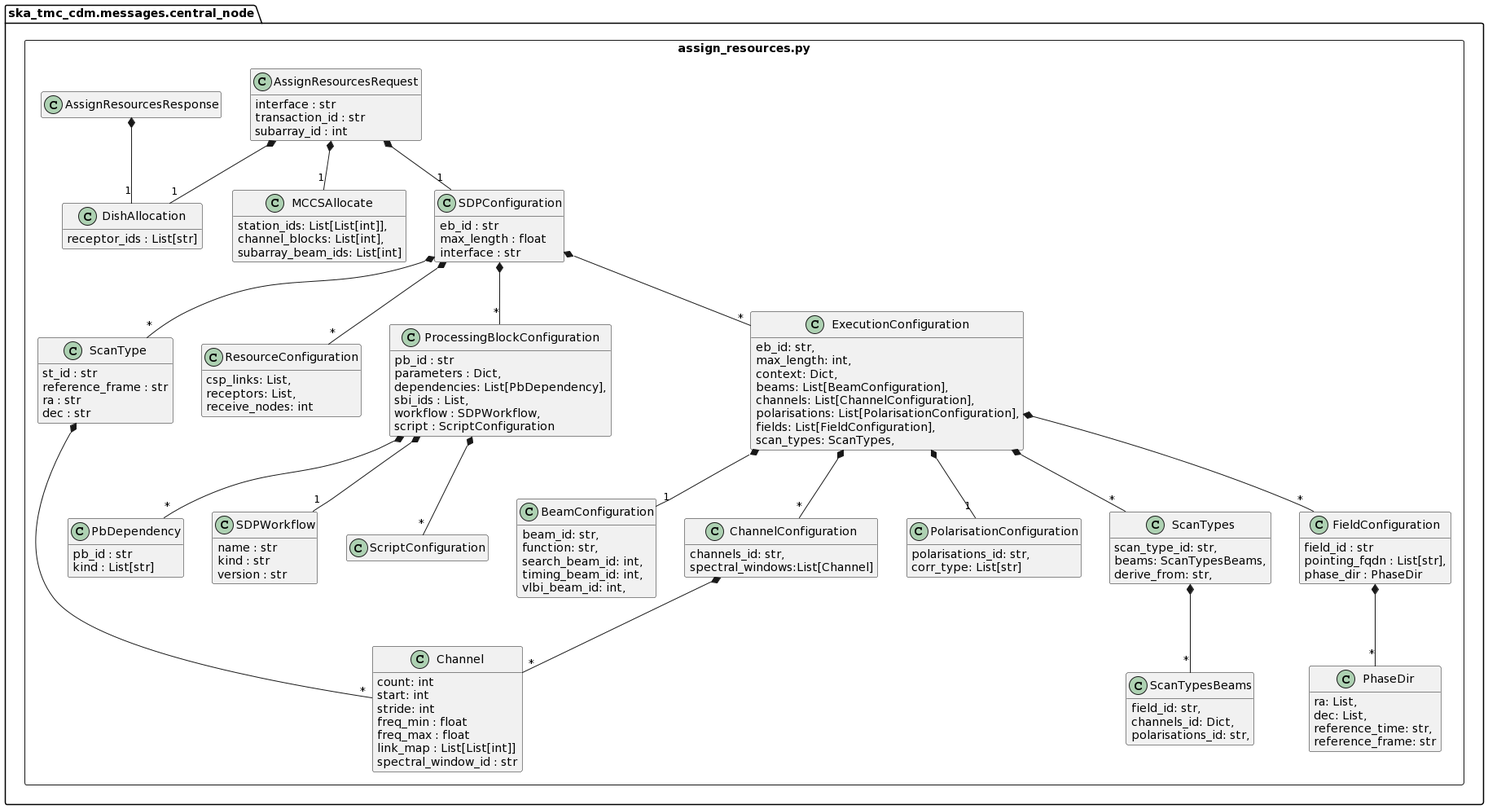
Earlier version of the PlantUML export docs/src/developer/centralnode/assignresources.png (ska-telescope/cdm-shared-library).
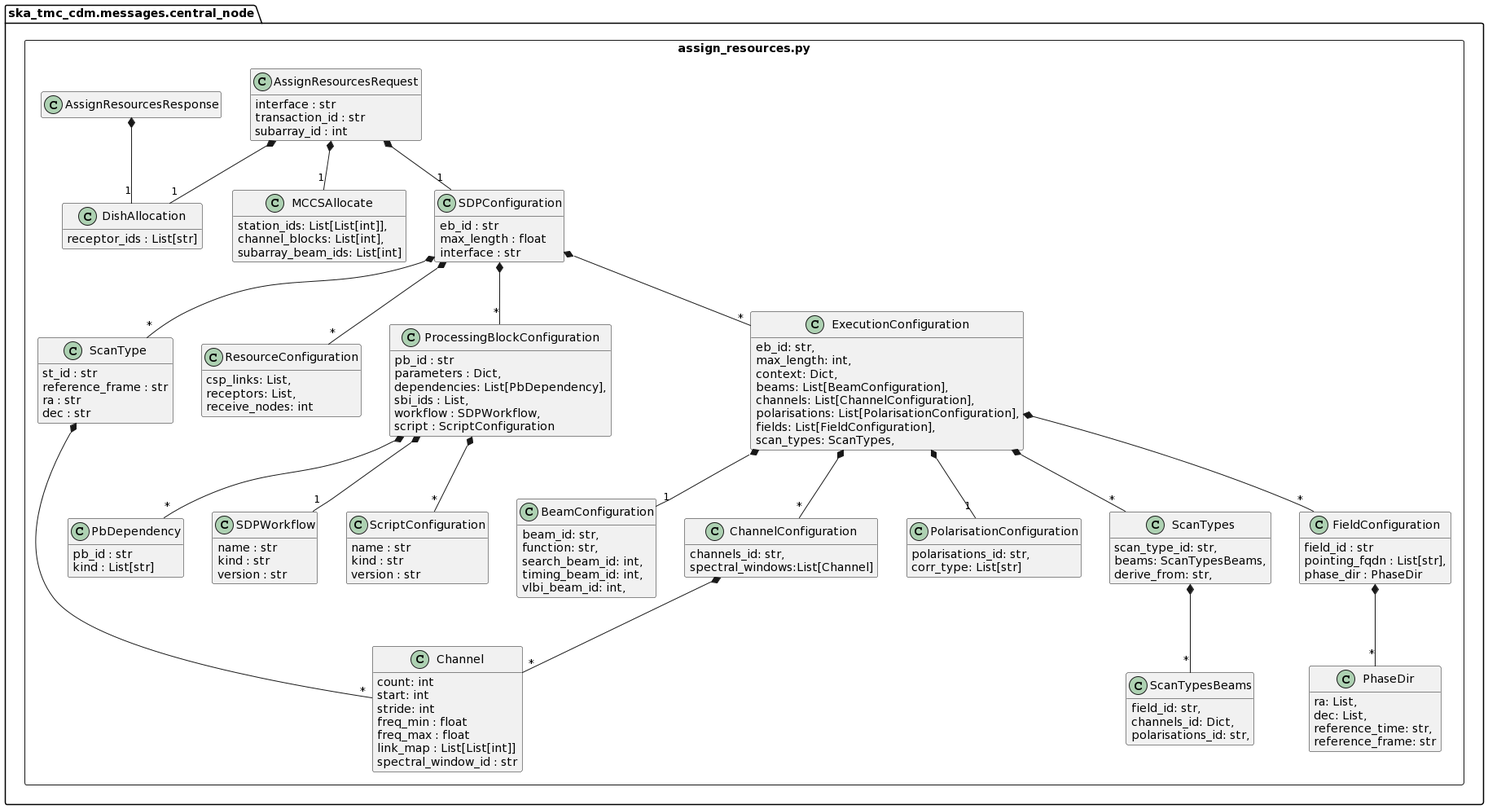
Later version of the same file.

The edit, as a diff of the source:
```diff
@@ -90,6 +90,12 @@
             version : str
         }
 
+        class ScriptConfiguration {
+            name : str
+            kind : str
+            version : str
+        }
+
         class ProcessingBlockConfiguration {
             pb_id : str
             parameters : Dict,
```
